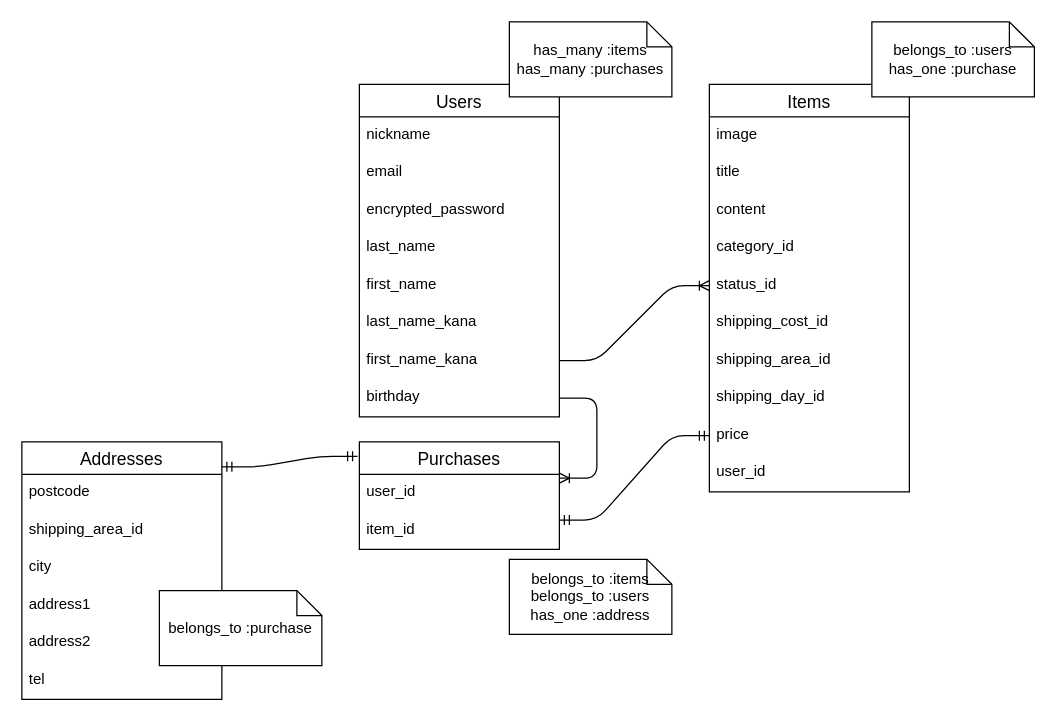
Before: er.dio in Allisonna/furima-40530, a draw.io diagram. Source tidied: cells renumbered, new cells numbered last; positions are measured from the earlier drawing's top-left corner, leaving out a move shared by most shapes. Both pictures are drawn from the tidied source at 125%, with x=0, y=0 at pixel (21, 21).
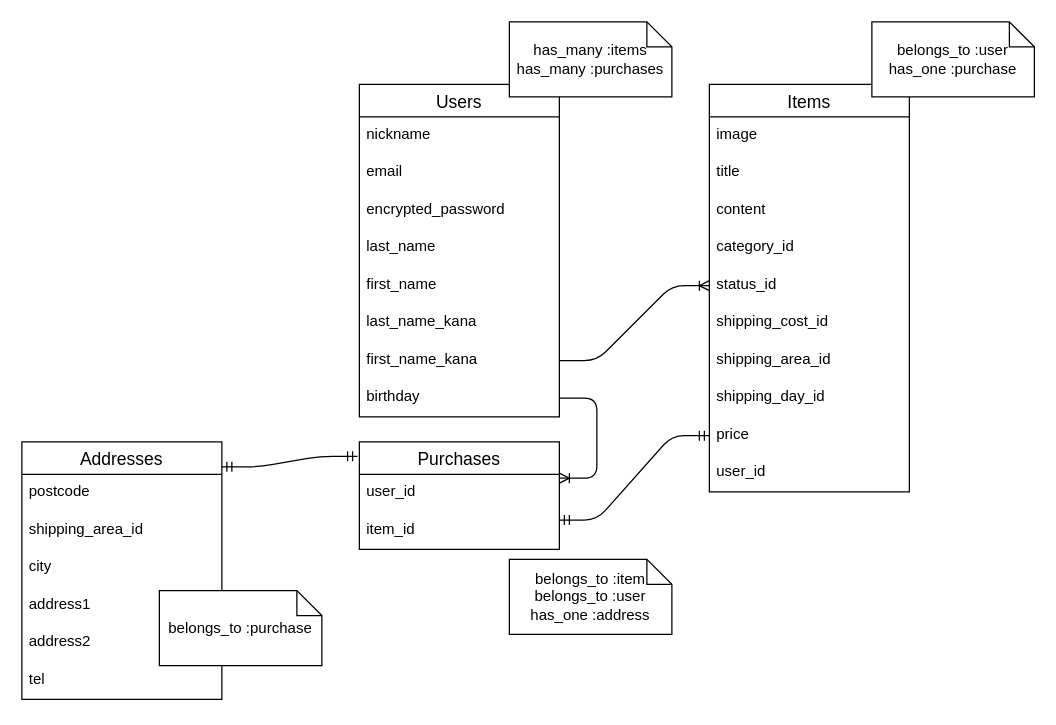
Above is the later version.

Commit message (it also covers changes not shown here):
ER図とREADMEの修正５

Change to the diagram source:
```diff
@@
-    <mxCell id="35" value="belongs_to :users&lt;br&gt;has_one :purchase" style="shape=note;size=20;whiteSpace=wrap;html=1;" parent="1" vertex="1">
+    <mxCell id="35" value="belongs_to :user&lt;br&gt;has_one :purchase" style="shape=note;size=20;whiteSpace=wrap;html=1;" parent="1" vertex="1">
       <mxGeometry x="680" width="130" height="60" as="geometry" />
     </mxCell>
-    <mxCell id="36" value="belongs_to :items&lt;br&gt;belongs_to :users&lt;br&gt;has_one :address" style="shape=note;size=20;whiteSpace=wrap;html=1;" parent="1" vertex="1">
+    <mxCell id="36" value="belongs_to :item&lt;br&gt;belongs_to :user&lt;br&gt;has_one :address" style="shape=note;size=20;whiteSpace=wrap;html=1;" parent="1" vertex="1">
       <mxGeometry x="390" y="430" width="130" height="60" as="geometry" />
     </mxCell>
```
